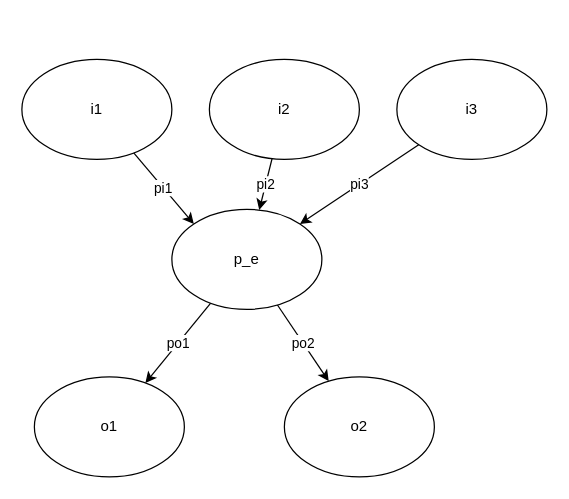
This is 活动因子.drawio from Dercury/CLDK, a draw.io file, before an edit. Source tidied: cells renumbered, new cells numbered last; positions are measured from the earlier drawing's top-left corner, leaving out a move shared by most shapes. Both pictures are drawn from the tidied source at 125%, with x=0, y=0 at pixel (21, 59).
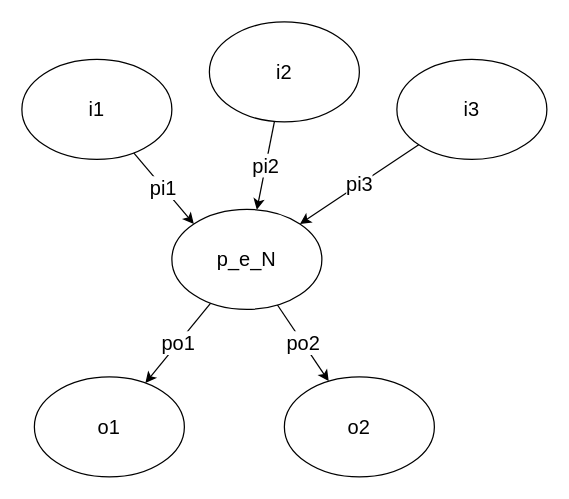
The same page after the edit.

Commit message (it also covers changes not shown here):
更新活动因子.drawio

What changed in the source:
```diff
@@
 <mxGraphModel>
   <root>
     <mxCell id="0" />
     <mxCell id="1" parent="0" />
-    <mxCell id="2" value="pi1" style="rounded=0;jettySize=auto;html=1;entryX=0;entryY=0;entryDx=0;entryDy=0;" parent="1" edge="1" source="3" target="6">
+    <mxCell id="2" value="pi1" style="rounded=0;jettySize=auto;html=1;entryX=0;entryY=0;entryDx=0;entryDy=0;fontSize=16;" parent="1" edge="1" source="3" target="6">
       <mxGeometry relative="1" as="geometry" />
     </mxCell>
-    <mxCell id="3" value="i1" style="ellipse;whiteSpace=wrap;html=1;" parent="1" vertex="1">
+    <mxCell id="3" value="i1" style="ellipse;whiteSpace=wrap;html=1;fontSize=16;" parent="1" vertex="1">
       <mxGeometry width="120" height="80" as="geometry" />
     </mxCell>
-    <mxCell id="4" value="po1" style="rounded=0;jettySize=auto;html=1;" parent="1" edge="1" source="6" target="9">
+    <mxCell id="4" value="po1" style="rounded=0;jettySize=auto;html=1;fontSize=16;" parent="1" edge="1" source="6" target="9">
       <mxGeometry relative="1" as="geometry" />
     </mxCell>
-    <mxCell id="5" value="po2" style="rounded=0;jettySize=auto;html=1;" parent="1" edge="1" source="6" target="10">
+    <mxCell id="5" value="po2" style="rounded=0;jettySize=auto;html=1;fontSize=16;" parent="1" edge="1" source="6" target="10">
       <mxGeometry relative="1" as="geometry" />
     </mxCell>
-    <mxCell id="6" value="p_e" style="ellipse;whiteSpace=wrap;html=1;" parent="1" vertex="1">
+    <mxCell id="6" value="p_e_N" style="ellipse;whiteSpace=wrap;html=1;fontSize=16;" parent="1" vertex="1">
       <mxGeometry x="120" y="120" width="120" height="80" as="geometry" />
     </mxCell>
-    <mxCell id="7" value="pi3" style="rounded=0;jettySize=auto;html=1;entryX=1;entryY=0;entryDx=0;entryDy=0;" parent="1" edge="1" source="8" target="6">
+    <mxCell id="7" value="pi3" style="rounded=0;jettySize=auto;html=1;entryX=1;entryY=0;entryDx=0;entryDy=0;fontSize=16;" parent="1" edge="1" source="8" target="6">
       <mxGeometry relative="1" as="geometry" />
     </mxCell>
-    <mxCell id="8" value="i3" style="ellipse;whiteSpace=wrap;html=1;" parent="1" vertex="1">
+    <mxCell id="8" value="i3" style="ellipse;whiteSpace=wrap;html=1;fontSize=16;" parent="1" vertex="1">
       <mxGeometry x="300" width="120" height="80" as="geometry" />
     </mxCell>
-    <mxCell id="9" value="o1" style="ellipse;whiteSpace=wrap;html=1;" parent="1" vertex="1">
+    <mxCell id="9" value="o1" style="ellipse;whiteSpace=wrap;html=1;fontSize=16;" parent="1" vertex="1">
       <mxGeometry x="10" y="254" width="120" height="80" as="geometry" />
     </mxCell>
-    <mxCell id="10" value="o2" style="ellipse;whiteSpace=wrap;html=1;" parent="1" vertex="1">
+    <mxCell id="10" value="o2" style="ellipse;whiteSpace=wrap;html=1;fontSize=16;" parent="1" vertex="1">
       <mxGeometry x="210" y="254" width="120" height="80" as="geometry" />
     </mxCell>
-    <mxCell id="11" value="pi2" style="rounded=0;jettySize=auto;html=1;" parent="1" edge="1" source="12" target="6">
+    <mxCell id="11" value="pi2" style="rounded=0;jettySize=auto;html=1;fontSize=16;" parent="1" edge="1" source="12" target="6">
       <mxGeometry x="-0.01" relative="1" as="geometry" />
     </mxCell>
-    <mxCell id="12" value="i2" style="ellipse;whiteSpace=wrap;html=1;" parent="1" vertex="1">
-      <mxGeometry x="150" width="120" height="80" as="geometry" />
+    <mxCell id="12" value="i2" style="ellipse;whiteSpace=wrap;html=1;fontSize=16;" parent="1" vertex="1">
+      <mxGeometry x="150" y="-30" width="120" height="80" as="geometry" />
     </mxCell>
   </root>
 </mxGraphModel>
```
